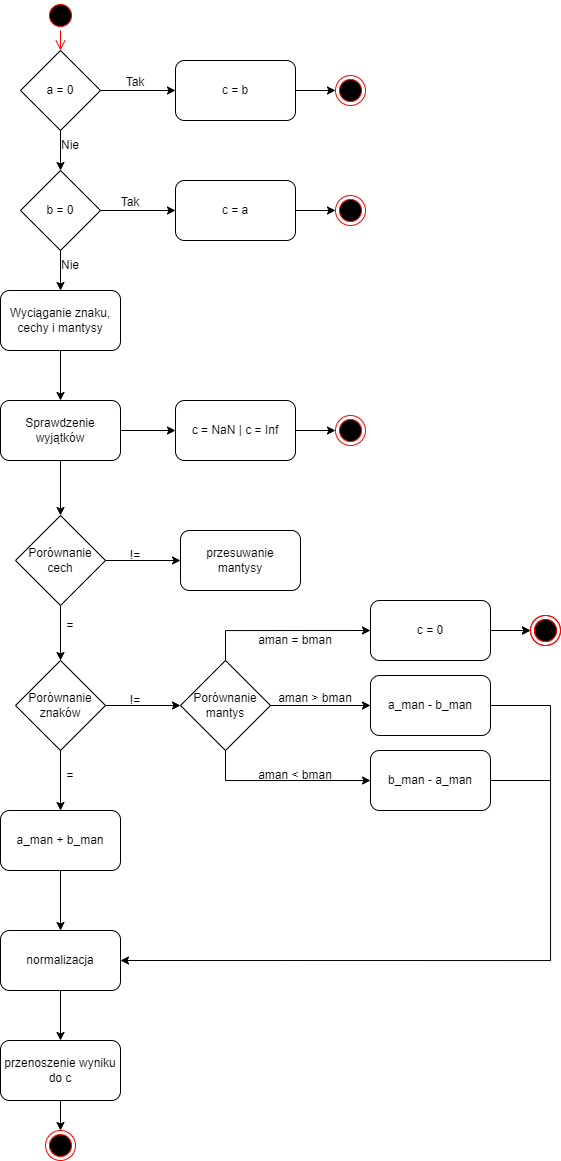
The draw.io diagram thesis/addition_uml.png in kvmlbnkv/Engineering_Thesis, before a commit. Source tidied: cells renumbered, new cells last; positions are measured from the earlier drawing's top-left corner, leaving out a move shared by most shapes.
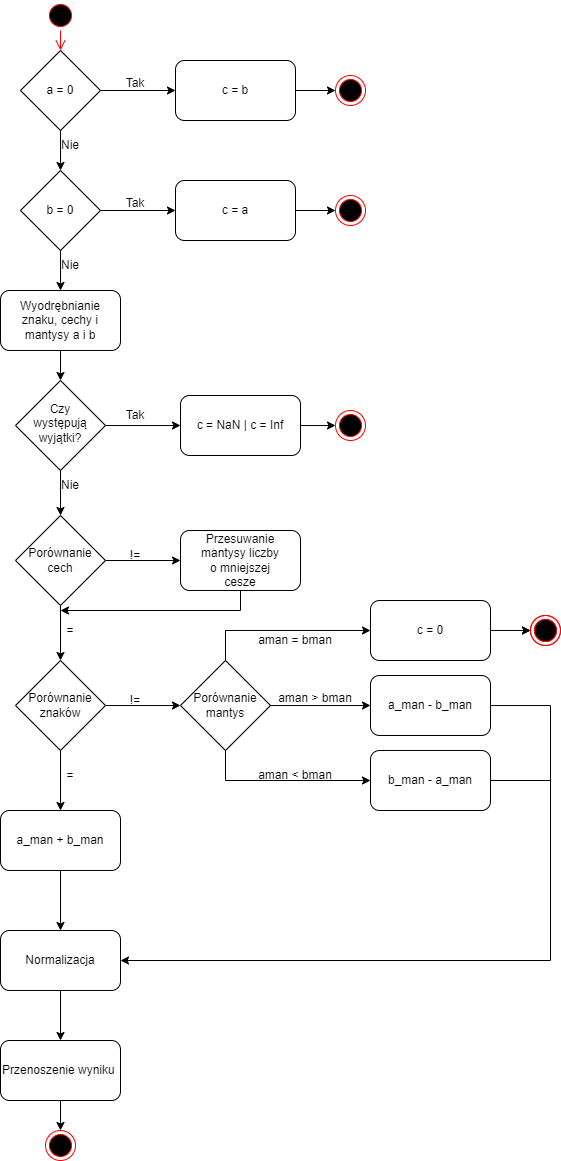
Above is the later version.

Diff of the diagram source:
```diff
@@ -2,6 +2,9 @@
   <root>
     <mxCell id="0" />
     <mxCell id="1" parent="0" />
+    <mxCell id="69" style="rhombus;whiteSpace=wrap;html=1;" parent="1" vertex="1">
+      <mxGeometry x="15" y="380" width="90" height="90" as="geometry" />
+    </mxCell>
     <mxCell id="2" value="a = 0" style="rhombus;whiteSpace=wrap;html=1;" parent="1" vertex="1">
       <mxGeometry x="20" y="50" width="80" height="80" as="geometry" />
     </mxCell>
@@ -37,14 +40,16 @@
     <mxCell id="12" value="Nie" style="text;html=1;strokeColor=none;fillColor=none;align=center;verticalAlign=middle;whiteSpace=wrap;rounded=0;" parent="1" vertex="1">
       <mxGeometry x="40" y="130" width="60" height="30" as="geometry" />
     </mxCell>
-    <mxCell id="13" value="Wyciąganie znaku, cechy i mantysy" style="rounded=1;whiteSpace=wrap;html=1;" parent="1" vertex="1">
+    <mxCell id="13" value="Wyodrębnianie znaku, cechy i mantysy a i b" style="rounded=1;whiteSpace=wrap;html=1;" parent="1" vertex="1">
       <mxGeometry y="290" width="120" height="60" as="geometry" />
     </mxCell>
     <mxCell id="14" style="endArrow=classic;html=1;rounded=0;exitX=0.5;exitY=1;exitDx=0;exitDy=0;entryX=0.5;entryY=0;entryDx=0;entryDy=0;" parent="1" edge="1" source="10" target="13">
       <mxGeometry relative="1" as="geometry" />
     </mxCell>
-    <mxCell id="15" style="endArrow=classic;html=1;rounded=0;exitX=0.5;exitY=1;exitDx=0;exitDy=0;entryX=0.5;entryY=0;entryDx=0;entryDy=0;" parent="1" edge="1" source="13" target="24">
-      <mxGeometry relative="1" as="geometry" />
+    <mxCell id="15" style="endArrow=classic;html=1;rounded=0;exitX=0.5;exitY=1;exitDx=0;exitDy=0;" parent="1" edge="1" source="13">
+      <mxGeometry relative="1" as="geometry">
+        <mxPoint x="60" y="380" as="targetPoint" />
+      </mxGeometry>
     </mxCell>
     <mxCell id="16" value="Tak" style="text;html=1;strokeColor=none;fillColor=none;align=center;verticalAlign=middle;whiteSpace=wrap;rounded=0;" parent="1" vertex="1">
       <mxGeometry x="105" y="75" width="60" height="15" as="geometry" />
@@ -67,26 +72,23 @@
       <mxGeometry x="205" y="195" width="60" height="30" as="geometry" />
     </mxCell>
     <mxCell id="22" value="Tak" style="text;html=1;strokeColor=none;fillColor=none;align=center;verticalAlign=middle;whiteSpace=wrap;rounded=0;" parent="1" vertex="1">
-      <mxGeometry x="100" y="195" width="60" height="15" as="geometry" />
+      <mxGeometry x="105" y="195" width="60" height="15" as="geometry" />
     </mxCell>
     <mxCell id="23" value="Nie" style="text;html=1;strokeColor=none;fillColor=none;align=center;verticalAlign=middle;whiteSpace=wrap;rounded=0;" parent="1" vertex="1">
       <mxGeometry x="40" y="250" width="60" height="30" as="geometry" />
     </mxCell>
-    <mxCell id="24" style="rounded=1;whiteSpace=wrap;html=1;" parent="1" vertex="1">
-      <mxGeometry y="400" width="120" height="60" as="geometry" />
-    </mxCell>
-    <mxCell id="25" value="Sprawdzenie wyjątków" style="text;html=1;strokeColor=none;fillColor=none;align=center;verticalAlign=middle;whiteSpace=wrap;rounded=0;" parent="1" vertex="1">
-      <mxGeometry x="30" y="415" width="60" height="30" as="geometry" />
+    <mxCell id="25" value="Czy występują wyjątki?" style="text;html=1;strokeColor=none;fillColor=none;align=center;verticalAlign=middle;whiteSpace=wrap;rounded=0;" parent="1" vertex="1">
+      <mxGeometry x="30" y="407.5" width="60" height="30" as="geometry" />
     </mxCell>
-    <mxCell id="26" style="endArrow=classic;html=1;rounded=0;exitX=1;exitY=0.5;exitDx=0;exitDy=0;" parent="1" edge="1" source="24">
+    <mxCell id="26" style="endArrow=classic;html=1;rounded=0;exitX=1;exitY=0.5;exitDx=0;exitDy=0;entryX=0;entryY=0.5;entryDx=0;entryDy=0;" parent="1" edge="1" target="67">
       <mxGeometry relative="1" as="geometry">
-        <mxPoint x="175" y="430" as="targetPoint" />
+        <mxPoint x="105" y="425" as="sourcePoint" />
       </mxGeometry>
     </mxCell>
     <mxCell id="27" style="ellipse;html=1;shape=endState;fillColor=#000000;strokeColor=#ff0000;" parent="1" vertex="1">
-      <mxGeometry x="335" y="415" width="30" height="30" as="geometry" />
+      <mxGeometry x="335" y="410" width="30" height="30" as="geometry" />
     </mxCell>
-    <mxCell id="28" style="endArrow=classic;html=1;rounded=0;exitX=0.5;exitY=1;exitDx=0;exitDy=0;entryX=0.5;entryY=0;entryDx=0;entryDy=0;" parent="1" edge="1" source="24" target="29">
+    <mxCell id="28" style="endArrow=classic;html=1;rounded=0;entryX=0.5;entryY=0;entryDx=0;entryDy=0;exitX=0.5;exitY=1;exitDx=0;exitDy=0;" parent="1" edge="1" source="69" target="29">
       <mxGeometry relative="1" as="geometry" />
     </mxCell>
     <mxCell id="29" style="rhombus;whiteSpace=wrap;html=1;" parent="1" vertex="1">
@@ -99,7 +101,7 @@
       <mxGeometry relative="1" as="geometry" />
     </mxCell>
     <mxCell id="32" value="=" style="text;html=1;strokeColor=none;fillColor=none;align=center;verticalAlign=middle;whiteSpace=wrap;rounded=0;" parent="1" vertex="1">
-      <mxGeometry x="40" y="610" width="60" height="30" as="geometry" />
+      <mxGeometry x="40" y="615" width="60" height="30" as="geometry" />
     </mxCell>
     <mxCell id="33" style="endArrow=classic;html=1;rounded=0;exitX=1;exitY=0.5;exitDx=0;exitDy=0;entryX=0;entryY=0.5;entryDx=0;entryDy=0;" parent="1" edge="1" source="29" target="35">
       <mxGeometry relative="1" as="geometry" />
@@ -110,8 +112,8 @@
     <mxCell id="35" style="rounded=1;whiteSpace=wrap;html=1;" parent="1" vertex="1">
       <mxGeometry x="180" y="530" width="120" height="60" as="geometry" />
     </mxCell>
-    <mxCell id="36" value="przesuwanie mantysy" style="text;html=1;strokeColor=none;fillColor=none;align=center;verticalAlign=middle;whiteSpace=wrap;rounded=0;" parent="1" vertex="1">
-      <mxGeometry x="210" y="545" width="60" height="30" as="geometry" />
+    <mxCell id="36" value="Przesuwanie mantysy liczby o mniejszej cesze" style="text;html=1;strokeColor=none;fillColor=none;align=center;verticalAlign=middle;whiteSpace=wrap;rounded=0;" parent="1" vertex="1">
+      <mxGeometry x="200" y="545" width="80" height="30" as="geometry" />
     </mxCell>
     <mxCell id="37" style="rhombus;whiteSpace=wrap;html=1;" parent="1" vertex="1">
       <mxGeometry x="15" y="660" width="90" height="90" as="geometry" />
@@ -198,10 +200,10 @@
     <mxCell id="59" style="endArrow=classic;html=1;rounded=0;exitX=0.5;exitY=1;exitDx=0;exitDy=0;entryX=0.5;entryY=0;entryDx=0;entryDy=0;" parent="1" edge="1" source="58" target="60">
       <mxGeometry relative="1" as="geometry" />
     </mxCell>
-    <mxCell id="60" value="normalizacja" style="rounded=1;whiteSpace=wrap;html=1;" parent="1" vertex="1">
+    <mxCell id="60" value="Normalizacja" style="rounded=1;whiteSpace=wrap;html=1;" parent="1" vertex="1">
       <mxGeometry y="930" width="120" height="60" as="geometry" />
     </mxCell>
-    <mxCell id="61" value="przenoszenie wyniku do c" style="rounded=1;whiteSpace=wrap;html=1;" parent="1" vertex="1">
+    <mxCell id="61" value="Przenoszenie wyniku&amp;nbsp;" style="rounded=1;whiteSpace=wrap;html=1;" parent="1" vertex="1">
       <mxGeometry y="1040" width="120" height="60" as="geometry" />
     </mxCell>
     <mxCell id="62" style="endArrow=classic;html=1;rounded=0;exitX=0.5;exitY=1;exitDx=0;exitDy=0;entryX=0.5;entryY=0;entryDx=0;entryDy=0;" parent="1" edge="1" source="60" target="61">
@@ -227,10 +229,26 @@
       <mxGeometry relative="1" as="geometry" />
     </mxCell>
     <mxCell id="67" value="c = NaN | c = Inf" style="rounded=1;whiteSpace=wrap;html=1;" parent="1" vertex="1">
-      <mxGeometry x="175" y="400" width="120" height="60" as="geometry" />
+      <mxGeometry x="180" y="395" width="120" height="60" as="geometry" />
     </mxCell>
     <mxCell id="68" style="endArrow=classic;html=1;rounded=0;exitX=1;exitY=0.5;exitDx=0;exitDy=0;entryX=0;entryY=0.5;entryDx=0;entryDy=0;" parent="1" edge="1" source="67" target="27">
       <mxGeometry relative="1" as="geometry" />
     </mxCell>
+    <mxCell id="70" value="Tak" style="text;html=1;strokeColor=none;fillColor=none;align=center;verticalAlign=middle;whiteSpace=wrap;rounded=0;" parent="1" vertex="1">
+      <mxGeometry x="105" y="407.5" width="60" height="15" as="geometry" />
+    </mxCell>
+    <mxCell id="71" value="Nie" style="text;html=1;strokeColor=none;fillColor=none;align=center;verticalAlign=middle;whiteSpace=wrap;rounded=0;" parent="1" vertex="1">
+      <mxGeometry x="40" y="470" width="60" height="30" as="geometry" />
+    </mxCell>
+    <mxCell id="72" style="edgeStyle=elbowEdgeStyle;elbow=horizontal;endArrow=classic;html=1;rounded=0;exitX=0.5;exitY=1;exitDx=0;exitDy=0;" parent="1" edge="1" source="35">
+      <mxGeometry relative="1" as="geometry">
+        <mxPoint x="60" y="610" as="targetPoint" />
+        <Array as="points">
+          <mxPoint x="240" y="610" />
+          <mxPoint x="160" y="620" />
+          <mxPoint x="130" y="630" />
+        </Array>
+      </mxGeometry>
+    </mxCell>
   </root>
 </mxGraphModel>
```
